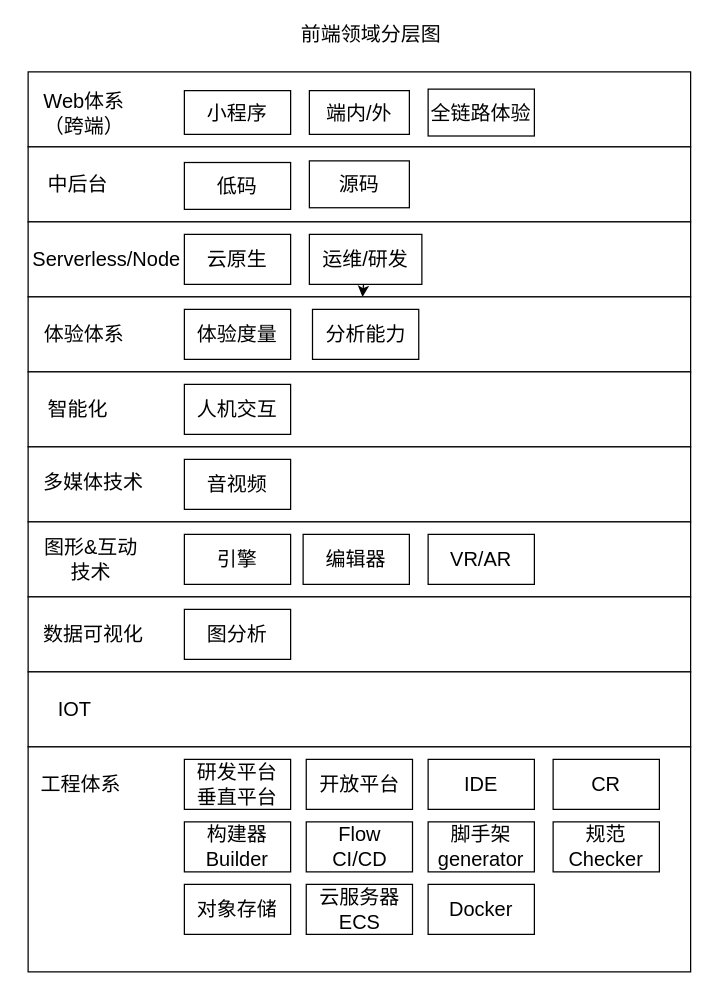
This is public/en/personal-grow/tech-model.drawio from XingMXTeam/maoxunxing.com, a draw.io file, before an edit. Source tidied: cells renumbered, new cells numbered last; positions are measured from the earlier drawing's top-left corner, leaving out a move shared by most shapes. Both pictures are drawn from the tidied source at 125%, with x=0, y=0 at pixel (21, 21).
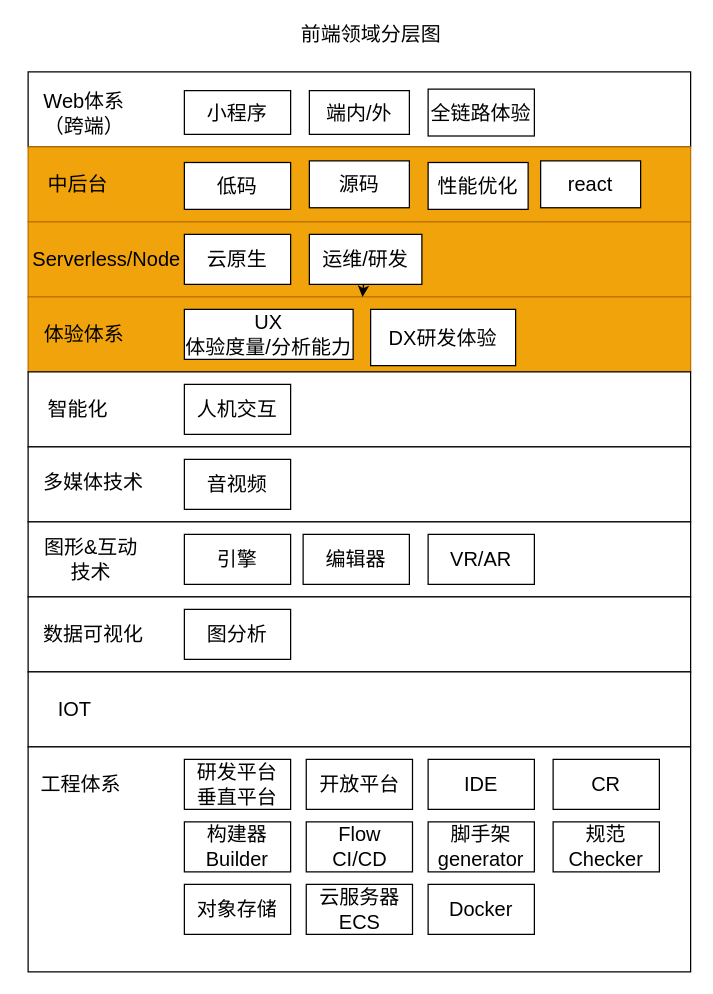
The same page after the edit.

Change to the diagram source:
```diff
@@
-    <mxCell id="5" style="rounded=0;whiteSpace=wrap;html=1;" parent="1" vertex="1">
+    <mxCell id="5" style="rounded=0;whiteSpace=wrap;html=1;fillColor=#f0a30a;fontColor=#000000;strokeColor=#BD7000;" parent="1" vertex="1">
       <mxGeometry x="5" y="100" width="530" height="60" as="geometry" />
     </mxCell>
-    <mxCell id="6" style="rounded=0;whiteSpace=wrap;html=1;" parent="1" vertex="1">
+    <mxCell id="6" style="rounded=0;whiteSpace=wrap;html=1;fillColor=#f0a30a;fontColor=#000000;strokeColor=#BD7000;" parent="1" vertex="1">
       <mxGeometry x="5" y="160" width="530" height="60" as="geometry" />
     </mxCell>
-    <mxCell id="7" style="rounded=0;whiteSpace=wrap;html=1;" parent="1" vertex="1">
+    <mxCell id="7" style="rounded=0;whiteSpace=wrap;html=1;fillColor=#f0a30a;fontColor=#000000;strokeColor=#BD7000;" parent="1" vertex="1">
       <mxGeometry x="5" y="220" width="530" height="60" as="geometry" />
     </mxCell>
@@
-    <mxCell id="27" value="体验度量" style="rounded=0;whiteSpace=wrap;html=1;fontSize=16;" parent="1" vertex="1">
-      <mxGeometry x="130" y="230" width="85" height="40" as="geometry" />
+    <mxCell id="27" value="UX&lt;br&gt;体验度量/分析能力" style="rounded=0;whiteSpace=wrap;html=1;fontSize=16;" parent="1" vertex="1">
+      <mxGeometry x="130" y="230" width="135" height="40" as="geometry" />
     </mxCell>
-    <mxCell id="28" value="分析能力" style="rounded=0;whiteSpace=wrap;html=1;fontSize=16;" parent="1" vertex="1">
-      <mxGeometry x="232.5" y="230" width="85" height="40" as="geometry" />
+    <mxCell id="28" value="DX研发体验" style="rounded=0;whiteSpace=wrap;html=1;fontSize=16;" parent="1" vertex="1">
+      <mxGeometry x="279" y="230" width="116" height="45" as="geometry" />
     </mxCell>
@@
+    <mxCell id="50" value="性能优化" style="rounded=0;whiteSpace=wrap;html=1;fontSize=16;" parent="1" vertex="1">
+      <mxGeometry x="325" y="112.5" width="80" height="37.5" as="geometry" />
+    </mxCell>
+    <mxCell id="51" value="react" style="rounded=0;whiteSpace=wrap;html=1;fontSize=16;" parent="1" vertex="1">
+      <mxGeometry x="415" y="111.2" width="80" height="37.5" as="geometry" />
+    </mxCell>
```
